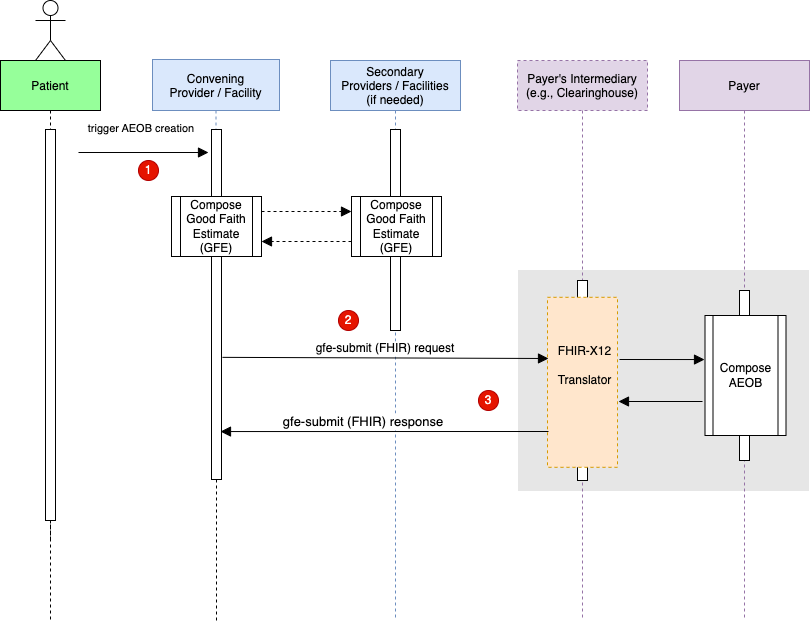
Before: input/images/SubmitAEOB.drawio.png, a diagram exported from draw.io (HL7/davinci-pct). Source tidied: cells renumbered, new cells last; positions are measured from the earlier drawing's top-left corner, leaving out a move shared by most shapes.
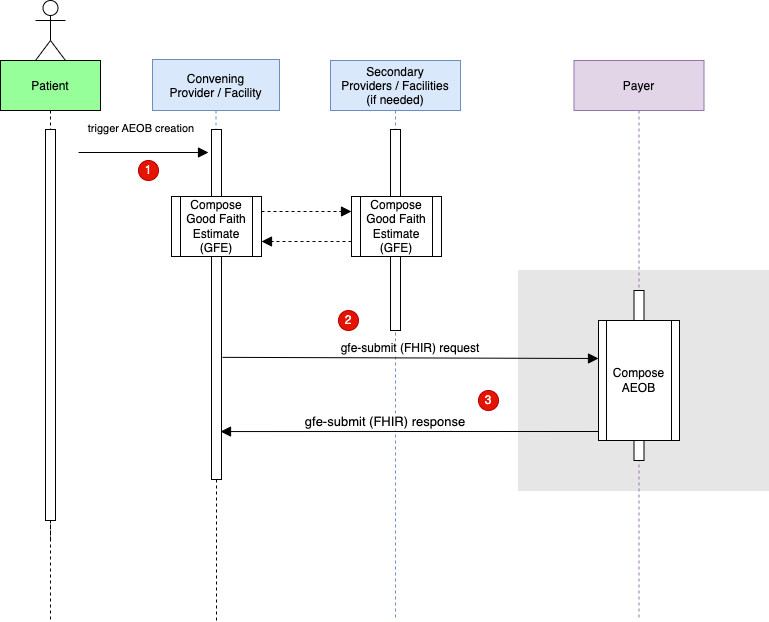
The same file after the commit.

Change to the diagram source:
```diff
@@ -62,53 +62,25 @@
       <mxGeometry x="338" y="310" width="20" height="20" as="geometry" />
     </mxCell>
     <mxCell id="18" style="perimeter=orthogonalPerimeter;rounded=0;shadow=0;strokeWidth=1;fillColor=#E6E6E6;strokeColor=#E6E6E6;" parent="1" vertex="1">
-      <mxGeometry x="518" y="270" width="290" height="220" as="geometry" />
+      <mxGeometry x="518" y="270" width="250" height="220" as="geometry" />
     </mxCell>
-    <mxCell id="19" value="Payer's Intermediary&#10;(e.g., Clearinghouse)" style="shape=umlLifeline;perimeter=lifelinePerimeter;rounded=0;shadow=0;strokeWidth=1;fillColor=#e1d5e7;strokeColor=#9673a6;dashed=1;size=50;" parent="1" vertex="1">
-      <mxGeometry x="517" y="60" width="130" height="560" as="geometry" />
-    </mxCell>
-    <mxCell id="20" style="perimeter=orthogonalPerimeter;rounded=0;shadow=0;strokeWidth=1;" parent="19" vertex="1">
-      <mxGeometry x="60" y="220" width="10" height="200" as="geometry" />
-    </mxCell>
     <mxCell id="21" value="Payer" style="shape=umlLifeline;perimeter=lifelinePerimeter;rounded=0;shadow=0;strokeWidth=1;fillColor=#e1d5e7;strokeColor=#9673a6;size=50;" parent="1" vertex="1">
-      <mxGeometry x="679" y="60" width="130" height="560" as="geometry" />
+      <mxGeometry x="573.5" y="60" width="130" height="560" as="geometry" />
     </mxCell>
     <mxCell id="22" style="perimeter=orthogonalPerimeter;rounded=0;shadow=0;strokeWidth=1;" parent="21" vertex="1">
       <mxGeometry x="60" y="230" width="10" height="170" as="geometry" />
     </mxCell>
-    <mxCell id="23" style="group;" parent="1" vertex="1">
-      <mxGeometry x="549" y="300" width="70" height="170" as="geometry" />
-    </mxCell>
-    <mxCell id="24" style="rounded=0;whiteSpace=wrap;html=1;fillColor=#ffe6cc;strokeColor=#d79b00;dashed=1;" parent="23" vertex="1">
-      <mxGeometry x="-2" y="-3.2" width="70" height="170" as="geometry" />
-    </mxCell>
-    <mxCell id="25" value="&lt;font style=&quot;font-size: 12px ; font-weight: normal&quot;&gt;FHIR-X12&lt;br&gt;Translator&lt;/font&gt;" style="text;strokeColor=none;fillColor=none;html=1;fontSize=24;fontStyle=1;verticalAlign=middle;align=center;" parent="23" vertex="1">
-      <mxGeometry y="32.2" width="70" height="56.7" as="geometry" />
-    </mxCell>
     <mxCell id="26" value="Compose AEOB" style="shape=process;whiteSpace=wrap;html=1;backgroundOutline=1;" parent="1" vertex="1">
-      <mxGeometry x="704.5" y="315" width="81" height="120" as="geometry" />
+      <mxGeometry x="598" y="320" width="81" height="120" as="geometry" />
     </mxCell>
-    <mxCell id="27" value="gfe-submit (FHIR) response" style="verticalAlign=bottom;endArrow=block;endSize=8;shadow=0;strokeWidth=1;endFill=1;entryX=0.9;entryY=0.863;entryDx=0;entryDy=0;entryPerimeter=0;fontSize=13;" parent="1" edge="1" target="5">
-      <mxGeometry x="0.13" relative="1" as="geometry">
-        <mxPoint x="548" y="431" as="sourcePoint" />
-      </mxGeometry>
+    <mxCell id="27" value="gfe-submit (FHIR) response" style="verticalAlign=bottom;endArrow=block;endSize=8;shadow=0;strokeWidth=1;endFill=1;entryX=0.9;entryY=0.863;entryDx=0;entryDy=0;entryPerimeter=0;fontSize=13;exitX=0;exitY=0.925;exitDx=0;exitDy=0;exitPerimeter=0;" parent="1" edge="1" source="26" target="5">
+      <mxGeometry x="0.13" relative="1" as="geometry" />
     </mxCell>
     <mxCell id="28" value="gfe-submit (FHIR) request" style="verticalAlign=bottom;endArrow=block;shadow=0;strokeWidth=1;endSize=8;exitX=1.1;exitY=0.651;exitDx=0;exitDy=0;exitPerimeter=0;fontSize=12;" parent="1" edge="1" source="5">
       <mxGeometry relative="1" as="geometry">
-        <mxPoint x="548" y="358" as="targetPoint" />
+        <mxPoint x="598" y="358" as="targetPoint" />
       </mxGeometry>
     </mxCell>
-    <mxCell id="29" style="verticalAlign=bottom;endArrow=block;shadow=0;strokeWidth=1;labelBackgroundColor=none;entryX=-0.006;entryY=0.367;entryDx=0;entryDy=0;entryPerimeter=0;endSize=8;" parent="1" edge="1" target="26">
-      <mxGeometry x="0.08" y="8" relative="1" as="geometry">
-        <mxPoint x="619" y="359" as="sourcePoint" />
-      </mxGeometry>
-    </mxCell>
-    <mxCell id="30" style="verticalAlign=bottom;endArrow=block;shadow=0;strokeWidth=1;labelBackgroundColor=none;endSize=8;" parent="1" edge="1">
-      <mxGeometry x="0.02" y="-7" relative="1" as="geometry">
-        <mxPoint x="702" y="401" as="sourcePoint" />
-        <mxPoint x="618" y="401" as="targetPoint" />
-      </mxGeometry>
-    </mxCell>
     <mxCell id="31" value="3" style="ellipse;whiteSpace=wrap;html=1;fillColor=#e51400;strokeColor=#B20000;fontColor=#ffffff;" parent="1" vertex="1">
       <mxGeometry x="478" y="390" width="20" height="20" as="geometry" />
     </mxCell>
```
